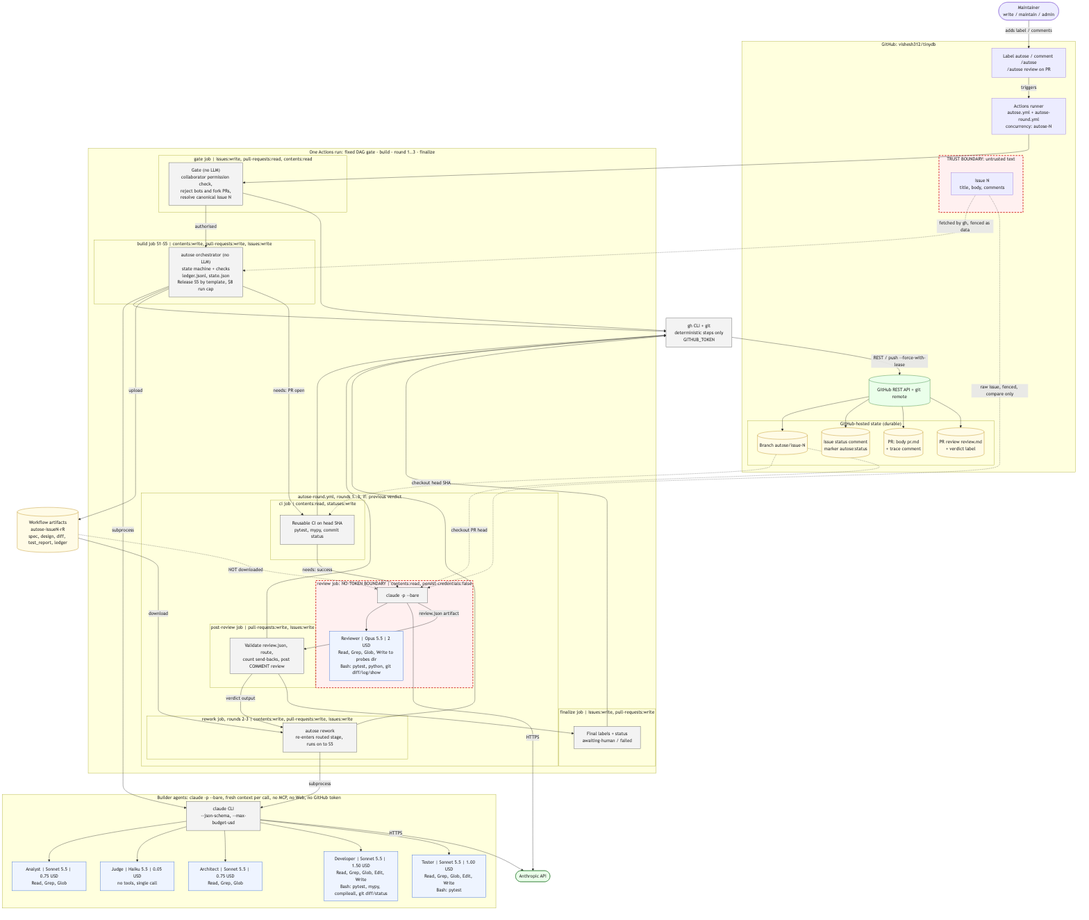
The Mermaid diagram architecture/views/component-view.png in vishesh312/autose-assignment3, before a commit. Its source is kept beside it as architecture/views/component-view.mmd.
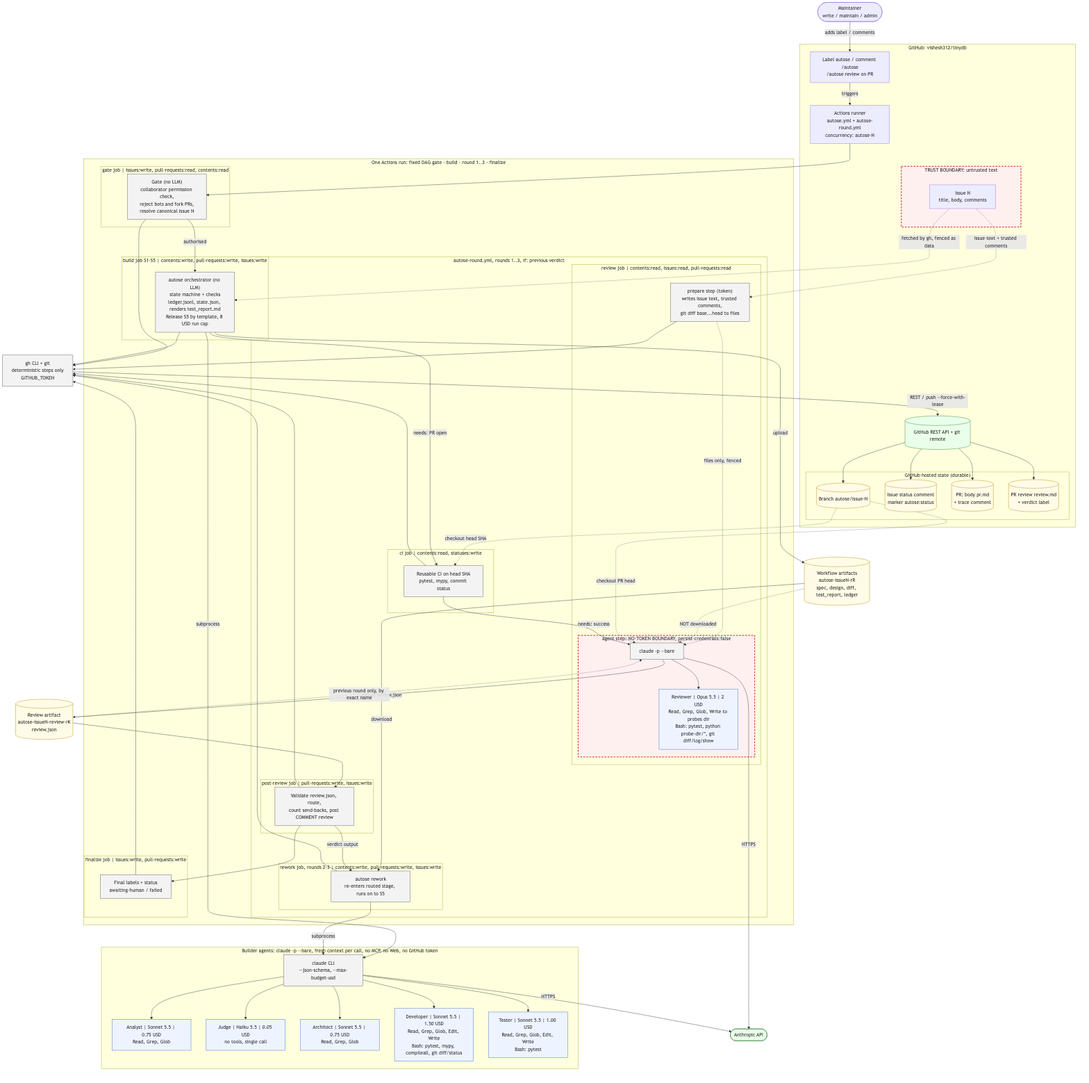
Above is the later version.

What changed in the source:
```diff
@@ -23,7 +23,7 @@
       gate["Gate (no LLM)<br/>collaborator permission check,<br/>reject bots and fork PRs,<br/>resolve canonical issue N"]
     end
     subgraph JB["build job S1-S5 | contents:write, pull-requests:write, issues:write"]
-      orch["autose orchestrator (no LLM)<br/>state machine + checks<br/>ledger.jsonl, state.json<br/>Release S5 by template, $8 run cap"]
+      orch["autose orchestrator (no LLM)<br/>state machine + checks<br/>ledger.jsonl, state.json, renders test_report.md<br/>Release S5 by template, 8 USD run cap"]
     end
     subgraph ROUND["autose-round.yml, rounds 1..3, if: previous verdict"]
       direction LR
@@ -33,9 +33,13 @@
       subgraph JC["ci job | contents:read, statuses:write"]
         ci["Reusable CI on head SHA<br/>pytest, mypy, commit status"]
       end
-      subgraph JV["review job: NO-TOKEN BOUNDARY | contents:read, persist-credentials:false"]
-        rcli["claude -p --bare"]
-        reviewer["Reviewer | Opus 5.5 | 2 USD<br/>Read, Grep, Glob, Write to probes dir<br/>Bash: pytest, python, git diff/log/show"]
+      subgraph JV["review job | contents:read, issues:read, pull-requests:read"]
+        direction TB
+        prep["prepare step (token)<br/>writes issue text, trusted comments,<br/>git diff base...head to files"]
+        subgraph JVA["agent step: NO-TOKEN BOUNDARY, persist-credentials:false"]
+          rcli["claude -p --bare"]
+          reviewer["Reviewer | Opus 5.5 | 2 USD<br/>Read, Grep, Glob, Write to probes dir<br/>Bash: pytest, python probe-dir/*, git diff/log/show"]
+        end
       end
       subgraph JP["post-review job | pull-requests:write, issues:write"]
         post["Validate review.json, route,<br/>count send-backs, post COMMENT review"]
@@ -59,6 +63,7 @@
   ghcli["gh CLI + git<br/>deterministic steps only<br/>GITHUB_TOKEN"]
   anth(["Anthropic API"])
   art[("Workflow artifacts<br/>autose-issueN-rR<br/>spec, design, diff, test_report, ledger")]
+  revart[("Review artifact<br/>autose-issueN-review-rK<br/>review.json")]
 
   maint -->|adds label / comments| events
   events -->|triggers| runner
@@ -81,7 +86,9 @@
   rest --> branch & status & prdoc & prreview
 
   issue -.->|fetched by gh, fenced as data| orch
-  issue -.->|raw issue, fenced, compare only| rcli
+  prep --> ghcli
+  issue -.->|issue text + trusted comments| prep
+  prep -.->|files only, fenced| rcli
   orch -->|upload| art
   art -->|download| orchR
   art -.-x|NOT downloaded| rcli
@@ -89,7 +96,9 @@
   branch -.->|checkout PR head| rcli
   orch -->|needs: PR open| ci
   ci -->|needs: success| rcli
-  rcli -->|review.json artifact| post
+  rcli -->|upload review.json| revart
+  revart --> post
+  revart -.->|previous round only, by exact name| rcli
   post -->|verdict output| orchR
   post --> fin
 
@@ -98,8 +107,8 @@
   classDef det fill:#f3f3f3,stroke:#555
   classDef store fill:#fffbe6,stroke:#b8860b
   classDef ext fill:#eaffea,stroke:#2e7d32
-  class UNTRUSTED,JV trust
+  class UNTRUSTED,JVA trust
   class analyst,judge,architect,dev,tester,reviewer agent
-  class gate,orch,orchR,ci,post,fin,ghcli,cli,rcli det
-  class branch,status,prdoc,prreview,art store
+  class gate,orch,orchR,ci,post,fin,ghcli,cli,rcli,prep det
+  class branch,status,prdoc,prreview,art,revart store
   class anth,rest ext
```
